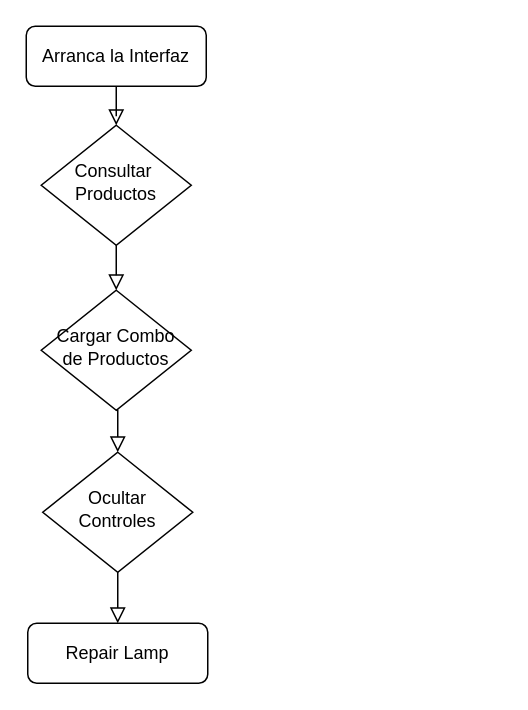
dmateoval/Diagramas keeps this draw.io diagram as CobrosBcoProdu.drawio. Above is the earlier version. Source tidied: cells renumbered, new cells numbered last; positions are measured from the earlier drawing's top-left corner, leaving out a move shared by most shapes. Both pictures are drawn from the tidied source at 150%, with x=0, y=0 at pixel (26, 26).
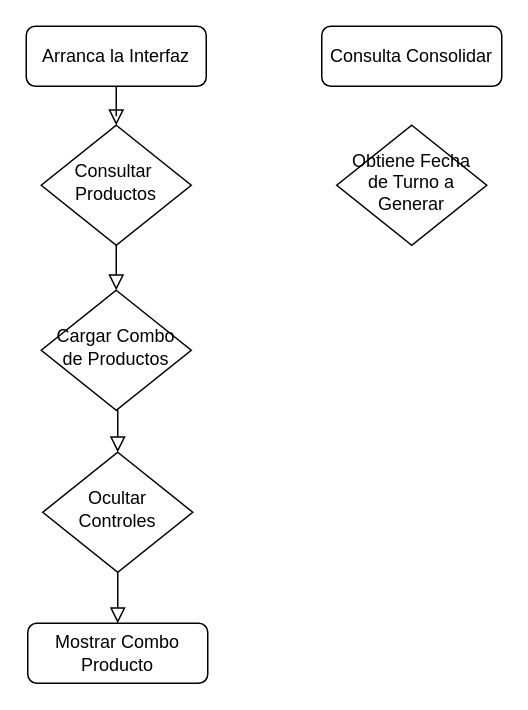
Above is the later version.

Change to the diagram source:
```diff
@@
 <mxGraphModel>
   <root>
     <mxCell id="0" />
     <mxCell id="1" parent="0" />
     <mxCell id="2" style="rounded=0;html=1;jettySize=auto;fontSize=11;endArrow=block;endFill=0;endSize=8;strokeWidth=1;shadow=0;labelBackgroundColor=none;edgeStyle=orthogonalEdgeStyle;" parent="1" edge="1" source="3" target="5">
       <mxGeometry relative="1" as="geometry" />
     </mxCell>
     <mxCell id="3" value="Arranca la Interfaz" style="rounded=1;whiteSpace=wrap;html=1;fontSize=12;glass=0;strokeWidth=1;shadow=0;" parent="1" vertex="1">
       <mxGeometry width="120" height="40" as="geometry" />
     </mxCell>
     <mxCell id="4" style="rounded=0;html=1;jettySize=auto;fontSize=11;endArrow=block;endFill=0;endSize=8;strokeWidth=1;shadow=0;labelBackgroundColor=none;edgeStyle=orthogonalEdgeStyle;" parent="1" edge="1" source="5" target="7">
       <mxGeometry y="20" relative="1" as="geometry" />
     </mxCell>
     <mxCell id="5" value="Consultar&amp;nbsp;&lt;div&gt;Productos&lt;/div&gt;" style="rhombus;whiteSpace=wrap;html=1;shadow=0;fontFamily=Helvetica;fontSize=12;align=center;strokeWidth=1;spacing=6;spacingTop=-4;" parent="1" vertex="1">
       <mxGeometry x="10" y="66" width="100" height="80" as="geometry" />
     </mxCell>
     <mxCell id="6" style="rounded=0;html=1;jettySize=auto;fontSize=11;endArrow=block;endFill=0;endSize=8;strokeWidth=1;shadow=0;labelBackgroundColor=none;edgeStyle=orthogonalEdgeStyle;exitX=0.5;exitY=1;exitDx=0;exitDy=0;" parent="1" edge="1" source="9" target="8">
       <mxGeometry x="0.33" y="20" relative="1" as="geometry" />
     </mxCell>
     <mxCell id="7" value="Cargar Combo de Productos" style="rhombus;whiteSpace=wrap;html=1;shadow=0;fontFamily=Helvetica;fontSize=12;align=center;strokeWidth=1;spacing=6;spacingTop=-4;" parent="1" vertex="1">
       <mxGeometry x="10" y="176" width="100" height="80" as="geometry" />
     </mxCell>
-    <mxCell id="8" value="Repair Lamp" style="rounded=1;whiteSpace=wrap;html=1;fontSize=12;glass=0;strokeWidth=1;shadow=0;" parent="1" vertex="1">
+    <mxCell id="8" value="Mostrar Combo Producto" style="rounded=1;whiteSpace=wrap;html=1;fontSize=12;glass=0;strokeWidth=1;shadow=0;" parent="1" vertex="1">
       <mxGeometry x="1" y="398" width="120" height="40" as="geometry" />
     </mxCell>
     <mxCell id="9" value="Ocultar Controles" style="rhombus;whiteSpace=wrap;html=1;shadow=0;fontFamily=Helvetica;fontSize=12;align=center;strokeWidth=1;spacing=6;spacingTop=-4;" parent="1" vertex="1">
       <mxGeometry x="11" y="284" width="100" height="80" as="geometry" />
     </mxCell>
     <mxCell id="10" style="edgeStyle=segmentEdgeStyle;endArrow=block;html=1;curved=0;rounded=0;endSize=8;startSize=8;exitX=0.5;exitY=1;exitDx=0;exitDy=0;entryX=0.5;entryY=0;entryDx=0;entryDy=0;endFill=0;" parent="1" edge="1" source="7" target="9">
       <mxGeometry relative="1" as="geometry" />
     </mxCell>
+    <mxCell id="11" value="Consulta Consolidar" style="rounded=1;whiteSpace=wrap;html=1;" parent="1" vertex="1">
+      <mxGeometry x="197" width="120" height="40" as="geometry" />
+    </mxCell>
+    <mxCell id="12" value="Obtiene Fecha de Turno a Generar" style="rhombus;whiteSpace=wrap;html=1;shadow=0;fontFamily=Helvetica;fontSize=12;align=center;strokeWidth=1;spacing=6;spacingTop=-4;" parent="1" vertex="1">
+      <mxGeometry x="207" y="66" width="100" height="80" as="geometry" />
+    </mxCell>
   </root>
 </mxGraphModel>
```
